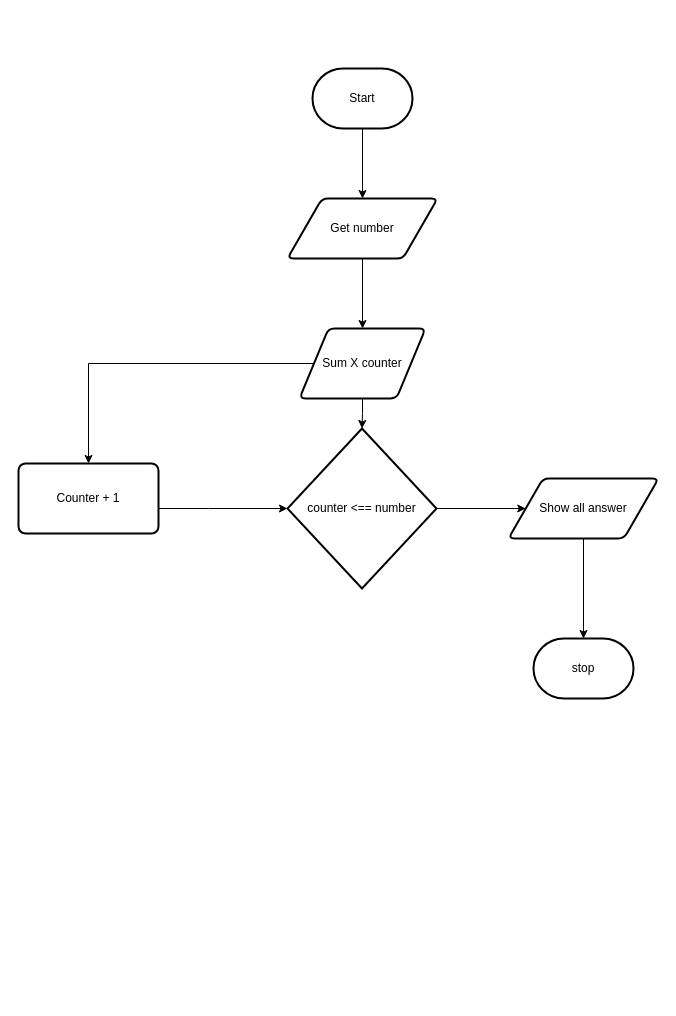
The draw.io diagram Flowchart.drawio in mohammedal-ess/ICS3U-Unit4-02-Python, before the edit. Source tidied: cells renumbered, new cells numbered last; positions are measured from the earlier drawing's top-left corner, leaving out a move shared by most shapes. Both pictures are drawn from the tidied source at 100%, with x=0, y=0 at pixel (18, 68).
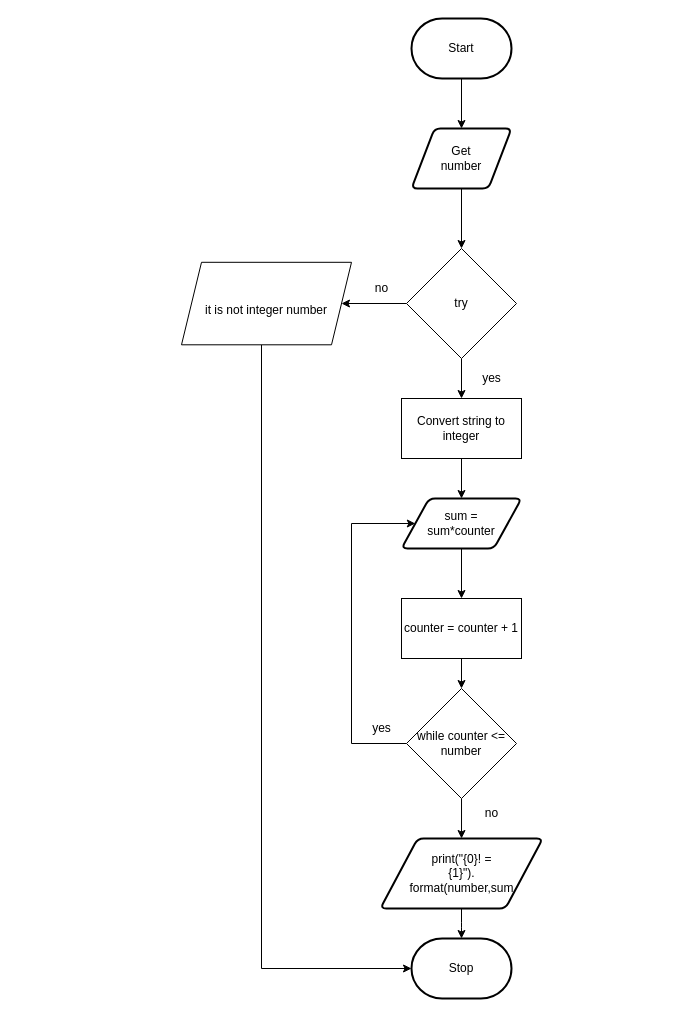
After the change.

Diff of the diagram source:
```diff
@@
+    <mxCell id="7" style="edgeStyle=none;html=1;" parent="1" edge="1" source="5" target="25">
+      <mxGeometry relative="1" as="geometry" />
+    </mxCell>
+    <mxCell id="5" value="Get &lt;br&gt;number" style="shape=parallelogram;html=1;strokeWidth=2;perimeter=parallelogramPerimeter;whiteSpace=wrap;rounded=1;arcSize=12;size=0.23;" parent="1" vertex="1">
+      <mxGeometry x="393" y="60" width="100" height="60" as="geometry" />
+    </mxCell>
+    <mxCell id="16" value="Stop" style="strokeWidth=2;html=1;shape=mxgraph.flowchart.terminator;whiteSpace=wrap;" parent="1" vertex="1">
+      <mxGeometry x="393" y="870" width="100" height="60" as="geometry" />
+    </mxCell>
-    <mxCell id="2" style="edgeStyle=orthogonalEdgeStyle;html=1;rounded=0;" parent="1" edge="1" source="3" target="5">
+    <mxCell id="2" style="edgeStyle=none;html=1;entryX=0.5;entryY=0;entryDx=0;entryDy=0;" parent="1" edge="1" source="3" target="5">
       <mxGeometry relative="1" as="geometry" />
     </mxCell>
-    <mxCell id="3" value="Start&lt;br&gt;" style="strokeWidth=2;html=1;shape=mxgraph.flowchart.terminator;whiteSpace=wrap;" parent="1" vertex="1">
-      <mxGeometry x="294" width="100" height="60" as="geometry" />
+    <mxCell id="3" value="Start" style="strokeWidth=2;html=1;shape=mxgraph.flowchart.terminator;whiteSpace=wrap;" parent="1" vertex="1">
+      <mxGeometry x="393" y="-50" width="100" height="60" as="geometry" />
     </mxCell>
-    <mxCell id="4" style="edgeStyle=orthogonalEdgeStyle;rounded=0;html=1;entryX=0.5;entryY=0;entryDx=0;entryDy=0;" parent="1" edge="1" source="5" target="8">
-      <mxGeometry relative="1" as="geometry" />
-    </mxCell>
-    <mxCell id="5" value="Get number" style="shape=parallelogram;html=1;strokeWidth=2;perimeter=parallelogramPerimeter;whiteSpace=wrap;rounded=1;arcSize=12;size=0.23;" parent="1" vertex="1">
-      <mxGeometry x="269" y="130" width="150" height="60" as="geometry" />
-    </mxCell>
-    <mxCell id="6" style="edgeStyle=orthogonalEdgeStyle;rounded=0;html=1;" parent="1" edge="1" source="8" target="10">
-      <mxGeometry relative="1" as="geometry" />
-    </mxCell>
-    <mxCell id="7" style="edgeStyle=orthogonalEdgeStyle;rounded=0;html=1;entryX=0.5;entryY=0;entryDx=0;entryDy=0;" parent="1" edge="1" source="8" target="12">
-      <mxGeometry relative="1" as="geometry" />
-    </mxCell>
-    <mxCell id="8" value="Sum X counter" style="shape=parallelogram;html=1;strokeWidth=2;perimeter=parallelogramPerimeter;whiteSpace=wrap;rounded=1;arcSize=12;size=0.23;" parent="1" vertex="1">
-      <mxGeometry x="281" y="260" width="126" height="70" as="geometry" />
-    </mxCell>
-    <mxCell id="9" style="edgeStyle=orthogonalEdgeStyle;rounded=0;html=1;entryX=0;entryY=0.5;entryDx=0;entryDy=0;" parent="1" edge="1" source="10" target="14">
-      <mxGeometry relative="1" as="geometry" />
-    </mxCell>
-    <mxCell id="10" value="counter &amp;lt;== number" style="strokeWidth=2;html=1;shape=mxgraph.flowchart.decision;whiteSpace=wrap;" parent="1" vertex="1">
-      <mxGeometry x="269" y="360" width="149" height="160" as="geometry" />
-    </mxCell>
-    <mxCell id="11" style="edgeStyle=orthogonalEdgeStyle;rounded=0;html=1;" parent="1" edge="1" source="12" target="10">
-      <mxGeometry relative="1" as="geometry">
-        <Array as="points">
-          <mxPoint x="190" y="440" />
-          <mxPoint x="190" y="440" />
-        </Array>
-      </mxGeometry>
-    </mxCell>
-    <mxCell id="12" value="Counter + 1" style="rounded=1;whiteSpace=wrap;html=1;absoluteArcSize=1;arcSize=14;strokeWidth=2;" parent="1" vertex="1">
-      <mxGeometry y="395" width="140" height="70" as="geometry" />
-    </mxCell>
-    <mxCell id="13" style="edgeStyle=orthogonalEdgeStyle;rounded=0;html=1;" parent="1" edge="1" source="14" target="15">
-      <mxGeometry relative="1" as="geometry" />
-    </mxCell>
-    <mxCell id="14" value="Show all answer" style="shape=parallelogram;html=1;strokeWidth=2;perimeter=parallelogramPerimeter;whiteSpace=wrap;rounded=1;arcSize=12;size=0.23;" parent="1" vertex="1">
-      <mxGeometry x="490" y="410" width="150" height="60" as="geometry" />
-    </mxCell>
-    <mxCell id="15" value="stop" style="strokeWidth=2;html=1;shape=mxgraph.flowchart.terminator;whiteSpace=wrap;" parent="1" vertex="1">
-      <mxGeometry x="515" y="570" width="100" height="60" as="geometry" />
-    </mxCell>
+    <mxCell id="17" style="edgeStyle=none;html=1;fontSize=12;" parent="1" edge="1" source="19" target="21">
+      <mxGeometry relative="1" as="geometry" />
+    </mxCell>
+    <mxCell id="18" style="edgeStyle=elbowEdgeStyle;html=1;entryX=0;entryY=0.5;entryDx=0;entryDy=0;fontSize=12;rounded=0;exitX=0;exitY=0.5;exitDx=0;exitDy=0;" parent="1" edge="1" source="19" target="32">
+      <mxGeometry relative="1" as="geometry">
+        <Array as="points">
+          <mxPoint x="333" y="570" />
+        </Array>
+      </mxGeometry>
+    </mxCell>
+    <mxCell id="19" value="while counter &amp;lt;= number" style="rhombus;whiteSpace=wrap;html=1;" parent="1" vertex="1">
+      <mxGeometry x="388" y="620" width="110" height="110" as="geometry" />
+    </mxCell>
+    <mxCell id="20" style="edgeStyle=elbowEdgeStyle;html=1;" parent="1" edge="1" source="21" target="16">
+      <mxGeometry relative="1" as="geometry" />
+    </mxCell>
+    <mxCell id="21" value="print(&quot;{0}! = &lt;br&gt;{1}&quot;).&lt;br&gt;format(number,sum" style="shape=parallelogram;html=1;strokeWidth=2;perimeter=parallelogramPerimeter;whiteSpace=wrap;rounded=1;arcSize=12;size=0.23;" parent="1" vertex="1">
+      <mxGeometry x="361.8" y="770" width="162.5" height="70" as="geometry" />
+    </mxCell>
+    <mxCell id="22" value="yes" style="text;html=1;align=center;verticalAlign=middle;strokeColor=none;fillColor=none;" parent="1" vertex="1">
+      <mxGeometry x="348" y="650" width="30" height="20" as="geometry" />
+    </mxCell>
+    <mxCell id="23" style="edgeStyle=none;html=1;" parent="1" edge="1" source="25">
+      <mxGeometry relative="1" as="geometry">
+        <mxPoint x="323" y="235" as="targetPoint" />
+      </mxGeometry>
+    </mxCell>
+    <mxCell id="24" style="edgeStyle=none;html=1;fontSize=12;" parent="1" edge="1" source="25" target="30">
+      <mxGeometry relative="1" as="geometry" />
+    </mxCell>
+    <mxCell id="25" value="try" style="rhombus;whiteSpace=wrap;html=1;" parent="1" vertex="1">
+      <mxGeometry x="388" y="180" width="110" height="110" as="geometry" />
+    </mxCell>
+    <mxCell id="26" value="no" style="text;html=1;align=center;verticalAlign=middle;strokeColor=none;fillColor=none;" parent="1" vertex="1">
+      <mxGeometry x="348" y="210" width="30" height="20" as="geometry" />
+    </mxCell>
+    <mxCell id="27" style="edgeStyle=elbowEdgeStyle;html=1;entryX=0;entryY=0.5;entryDx=0;entryDy=0;entryPerimeter=0;rounded=0;" parent="1" edge="1" source="28" target="16">
+      <mxGeometry relative="1" as="geometry">
+        <Array as="points">
+          <mxPoint x="243" y="340" />
+          <mxPoint x="223" y="570" />
+        </Array>
+      </mxGeometry>
+    </mxCell>
+    <mxCell id="28" value="&lt;h2 style=&quot;box-sizing: border-box ; line-height: 14px ; margin-top: 20px ; margin-bottom: 10px&quot;&gt;&lt;font face=&quot;arial, helvetica, open sans&quot;&gt;&lt;span style=&quot;font-size: 12px ; font-weight: 500&quot;&gt;it is not integer number&lt;/span&gt;&lt;/font&gt;&lt;br&gt;&lt;/h2&gt;" style="shape=parallelogram;perimeter=parallelogramPerimeter;whiteSpace=wrap;html=1;fixedSize=1;" parent="1" vertex="1">
+      <mxGeometry x="163" y="193.8" width="170" height="82.5" as="geometry" />
+    </mxCell>
+    <mxCell id="29" style="edgeStyle=none;html=1;entryX=0.5;entryY=0;entryDx=0;entryDy=0;fontSize=12;" parent="1" edge="1" source="30" target="32">
+      <mxGeometry relative="1" as="geometry" />
+    </mxCell>
+    <mxCell id="30" value="Convert string to integer" style="rounded=0;whiteSpace=wrap;html=1;labelBackgroundColor=none;fontSize=12;" parent="1" vertex="1">
+      <mxGeometry x="383" y="330" width="120" height="60" as="geometry" />
+    </mxCell>
+    <mxCell id="31" style="edgeStyle=none;html=1;fontSize=12;" parent="1" edge="1" source="32" target="34">
+      <mxGeometry relative="1" as="geometry" />
+    </mxCell>
+    <mxCell id="32" value="sum = &lt;br&gt;sum*counter" style="shape=parallelogram;html=1;strokeWidth=2;perimeter=parallelogramPerimeter;whiteSpace=wrap;rounded=1;arcSize=12;size=0.23;" parent="1" vertex="1">
+      <mxGeometry x="383" y="430" width="120" height="50" as="geometry" />
+    </mxCell>
+    <mxCell id="33" style="edgeStyle=none;html=1;fontSize=12;" parent="1" edge="1" source="34" target="19">
+      <mxGeometry relative="1" as="geometry" />
+    </mxCell>
+    <mxCell id="34" value="counter = counter + 1" style="rounded=0;whiteSpace=wrap;html=1;labelBackgroundColor=none;fontSize=12;" parent="1" vertex="1">
+      <mxGeometry x="383" y="530" width="120" height="60" as="geometry" />
+    </mxCell>
+    <mxCell id="35" value="no" style="text;html=1;align=center;verticalAlign=middle;strokeColor=none;fillColor=none;fontSize=12;" parent="1" vertex="1">
+      <mxGeometry x="458" y="735" width="30" height="20" as="geometry" />
+    </mxCell>
+    <mxCell id="36" value="yes" style="text;html=1;align=center;verticalAlign=middle;strokeColor=none;fillColor=none;" parent="1" vertex="1">
+      <mxGeometry x="458" y="300" width="30" height="20" as="geometry" />
+    </mxCell>
```
